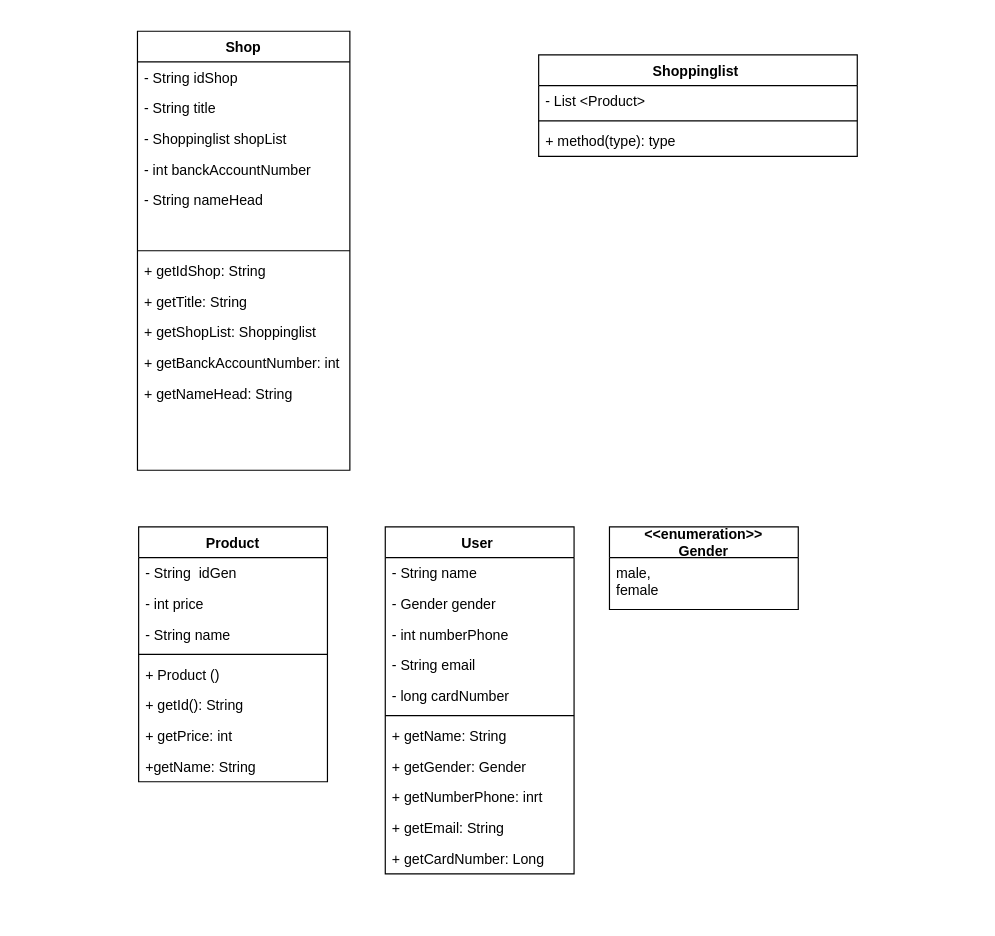
Earlier version of the draw.io diagram Marketplace (6).drawio (KuroTamashiAF/Software-architecture_HomeWork_5). Source tidied: cells renumbered, new cells numbered last; positions are measured from the earlier drawing's top-left corner, leaving out a move shared by most shapes. Both pictures are drawn from the tidied source at 118%, with x=0, y=0 at pixel (137, 31).
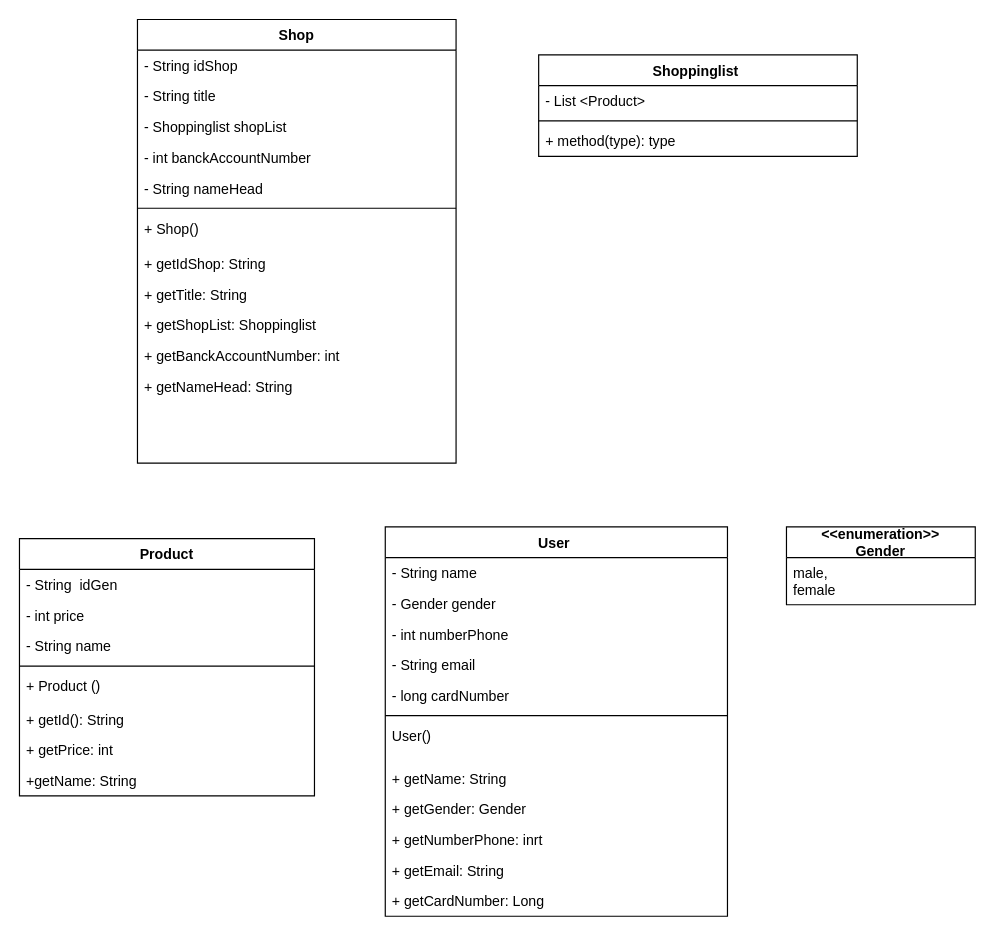
The same diagram, later.

Commit message:
add in all cls construtor

Diff of the diagram source:
```diff
@@
     <mxCell id="2" value="Product" style="swimlane;fontStyle=1;align=center;verticalAlign=top;horizontal=1;startSize=26;" parent="1" vertex="1">
-      <mxGeometry x="1" y="420" width="160" height="216" as="geometry" />
+      <mxGeometry x="-100" y="430" width="250" height="218" as="geometry" />
     </mxCell>
     <mxCell id="3" value="- String  idGen" style="text;strokeColor=none;fillColor=none;align=left;verticalAlign=top;spacingLeft=4;spacingRight=4;overflow=hidden;" parent="2" vertex="1">
-      <mxGeometry y="26" width="160" height="26" as="geometry" />
+      <mxGeometry y="26" width="250" height="26" as="geometry" />
     </mxCell>
     <mxCell id="4" value="- int price " style="text;strokeColor=none;fillColor=none;align=left;verticalAlign=top;spacingLeft=4;spacingRight=4;overflow=hidden;" parent="2" vertex="1">
-      <mxGeometry y="52" width="160" height="26" as="geometry" />
+      <mxGeometry y="52" width="250" height="26" as="geometry" />
     </mxCell>
     <mxCell id="5" value="- String name" style="text;strokeColor=none;fillColor=none;align=left;verticalAlign=top;spacingLeft=4;spacingRight=4;overflow=hidden;" parent="2" vertex="1">
-      <mxGeometry y="78" width="160" height="26" as="geometry" />
+      <mxGeometry y="78" width="250" height="26" as="geometry" />
     </mxCell>
     <mxCell id="6" style="line;strokeWidth=1;fillColor=none;align=left;verticalAlign=middle;spacingTop=-1;spacingLeft=3;spacingRight=3;labelPosition=right;strokeColor=inherit;" parent="2" vertex="1">
-      <mxGeometry y="104" width="160" height="8" as="geometry" />
+      <mxGeometry y="104" width="250" height="8" as="geometry" />
     </mxCell>
     <mxCell id="7" value="+ Product ()&#10; " style="text;strokeColor=none;fillColor=none;align=left;verticalAlign=top;spacingLeft=4;spacingRight=4;overflow=hidden;" parent="2" vertex="1">
-      <mxGeometry y="112" width="160" height="26" as="geometry" />
+      <mxGeometry y="112" width="250" height="28" as="geometry" />
     </mxCell>
     <mxCell id="8" value="+ getId(): String  " style="text;strokeColor=none;fillColor=none;align=left;verticalAlign=top;spacingLeft=4;spacingRight=4;overflow=hidden;" parent="2" vertex="1">
-      <mxGeometry y="138" width="160" height="26" as="geometry" />
+      <mxGeometry y="140" width="250" height="26" as="geometry" />
     </mxCell>
     <mxCell id="9" value="+ getPrice: int  " style="text;strokeColor=none;fillColor=none;align=left;verticalAlign=top;spacingLeft=4;spacingRight=4;overflow=hidden;" parent="2" vertex="1">
-      <mxGeometry y="164" width="160" height="26" as="geometry" />
+      <mxGeometry y="166" width="250" height="26" as="geometry" />
     </mxCell>
     <mxCell id="10" value="+getName: String " style="text;strokeColor=none;fillColor=none;align=left;verticalAlign=top;spacingLeft=4;spacingRight=4;overflow=hidden;" parent="2" vertex="1">
-      <mxGeometry y="190" width="160" height="26" as="geometry" />
+      <mxGeometry y="192" width="250" height="26" as="geometry" />
     </mxCell>
     <mxCell id="11" value="User " style="swimlane;fontStyle=1;align=center;verticalAlign=top;horizontal=1;startSize=26;" parent="1" vertex="1">
-      <mxGeometry x="210" y="420" width="160" height="294" as="geometry" />
+      <mxGeometry x="210" y="420" width="290" height="330" as="geometry" />
     </mxCell>
     <mxCell id="12" value="- String name" style="text;strokeColor=none;fillColor=none;align=left;verticalAlign=top;spacingLeft=4;spacingRight=4;overflow=hidden;" parent="11" vertex="1">
-      <mxGeometry y="26" width="160" height="26" as="geometry" />
+      <mxGeometry y="26" width="290" height="26" as="geometry" />
     </mxCell>
     <mxCell id="13" value="- Gender gender  " style="text;strokeColor=none;fillColor=none;align=left;verticalAlign=top;spacingLeft=4;spacingRight=4;overflow=hidden;" parent="11" vertex="1">
-      <mxGeometry y="52" width="160" height="26" as="geometry" />
+      <mxGeometry y="52" width="290" height="26" as="geometry" />
     </mxCell>
     <mxCell id="14" value="- int numberPhone" style="text;strokeColor=none;fillColor=none;align=left;verticalAlign=top;spacingLeft=4;spacingRight=4;overflow=hidden;" parent="11" vertex="1">
-      <mxGeometry y="78" width="160" height="26" as="geometry" />
+      <mxGeometry y="78" width="290" height="26" as="geometry" />
     </mxCell>
     <mxCell id="15" value="- String email" style="text;strokeColor=none;fillColor=none;align=left;verticalAlign=top;spacingLeft=4;spacingRight=4;overflow=hidden;" parent="11" vertex="1">
-      <mxGeometry y="104" width="160" height="26" as="geometry" />
+      <mxGeometry y="104" width="290" height="26" as="geometry" />
     </mxCell>
     <mxCell id="16" value="- long cardNumber" style="text;strokeColor=none;fillColor=none;align=left;verticalAlign=top;spacingLeft=4;spacingRight=4;overflow=hidden;" parent="11" vertex="1">
-      <mxGeometry y="130" width="160" height="26" as="geometry" />
+      <mxGeometry y="130" width="290" height="26" as="geometry" />
     </mxCell>
     <mxCell id="17" style="line;strokeWidth=1;fillColor=none;align=left;verticalAlign=middle;spacingTop=-1;spacingLeft=3;spacingRight=3;labelPosition=right;strokeColor=inherit;" parent="11" vertex="1">
-      <mxGeometry y="156" width="160" height="8" as="geometry" />
+      <mxGeometry y="156" width="290" height="8" as="geometry" />
     </mxCell>
+    <mxCell id="44" value="User()&#10; &#10; " style="text;strokeColor=none;fillColor=none;align=left;verticalAlign=top;spacingLeft=4;spacingRight=4;overflow=hidden;" parent="11" vertex="1">
+      <mxGeometry y="164" width="290" height="36" as="geometry" />
+    </mxCell>
     <mxCell id="18" value="+ getName: String " style="text;strokeColor=none;fillColor=none;align=left;verticalAlign=top;spacingLeft=4;spacingRight=4;overflow=hidden;" parent="11" vertex="1">
-      <mxGeometry y="164" width="160" height="26" as="geometry" />
+      <mxGeometry y="200" width="290" height="26" as="geometry" />
     </mxCell>
     <mxCell id="19" value="+ getGender: Gender" style="text;strokeColor=none;fillColor=none;align=left;verticalAlign=top;spacingLeft=4;spacingRight=4;overflow=hidden;" parent="11" vertex="1">
-      <mxGeometry y="190" width="160" height="26" as="geometry" />
+      <mxGeometry y="226" width="290" height="26" as="geometry" />
     </mxCell>
     <mxCell id="20" value="+ getNumberPhone: inrt" style="text;strokeColor=none;fillColor=none;align=left;verticalAlign=top;spacingLeft=4;spacingRight=4;overflow=hidden;" parent="11" vertex="1">
-      <mxGeometry y="216" width="160" height="26" as="geometry" />
+      <mxGeometry y="252" width="290" height="26" as="geometry" />
     </mxCell>
     <mxCell id="21" value="+ getEmail: String" style="text;strokeColor=none;fillColor=none;align=left;verticalAlign=top;spacingLeft=4;spacingRight=4;overflow=hidden;" parent="11" vertex="1">
-      <mxGeometry y="242" width="160" height="26" as="geometry" />
+      <mxGeometry y="278" width="290" height="26" as="geometry" />
     </mxCell>
     <mxCell id="22" value="+ getCardNumber: Long" style="text;strokeColor=none;fillColor=none;align=left;verticalAlign=top;spacingLeft=4;spacingRight=4;overflow=hidden;" parent="11" vertex="1">
-      <mxGeometry y="268" width="160" height="26" as="geometry" />
+      <mxGeometry y="304" width="290" height="26" as="geometry" />
     </mxCell>
     <mxCell id="23" value="&lt;&lt;enumeration&gt;&gt;&#10;Gender" style="swimlane;fontStyle=1;align=center;verticalAlign=middle;horizontal=1;startSize=26;" parent="1" vertex="1">
-      <mxGeometry x="400" y="420" width="160" height="70" as="geometry" />
+      <mxGeometry x="550" y="420" width="160" height="66" as="geometry" />
     </mxCell>
     <mxCell id="24" value="male,&#10;female" style="text;strokeColor=none;fillColor=none;align=left;verticalAlign=top;spacingLeft=4;spacingRight=4;overflow=hidden;" parent="23" vertex="1">
-      <mxGeometry y="26" width="160" height="44" as="geometry" />
+      <mxGeometry y="26" width="160" height="40" as="geometry" />
     </mxCell>
     <mxCell id="25" value="Shop" style="swimlane;fontStyle=1;align=center;verticalAlign=top;horizontal=1;startSize=26;" parent="1" vertex="1">
-      <mxGeometry width="180" height="372" as="geometry" />
+      <mxGeometry y="-10" width="270" height="376" as="geometry" />
     </mxCell>
     <mxCell id="26" value="- String idShop " style="text;strokeColor=none;fillColor=none;align=left;verticalAlign=top;spacingLeft=4;spacingRight=4;overflow=hidden;" parent="25" vertex="1">
-      <mxGeometry y="26" width="180" height="26" as="geometry" />
+      <mxGeometry y="26" width="270" height="26" as="geometry" />
     </mxCell>
     <mxCell id="27" value="- String title" style="text;strokeColor=none;fillColor=none;align=left;verticalAlign=top;spacingLeft=4;spacingRight=4;overflow=hidden;" parent="25" vertex="1">
-      <mxGeometry y="52" width="180" height="26" as="geometry" />
+      <mxGeometry y="52" width="270" height="26" as="geometry" />
     </mxCell>
     <mxCell id="28" value="- Shoppinglist shopList " style="text;strokeColor=none;fillColor=none;align=left;verticalAlign=top;spacingLeft=4;spacingRight=4;overflow=hidden;" parent="25" vertex="1">
-      <mxGeometry y="78" width="180" height="26" as="geometry" />
+      <mxGeometry y="78" width="270" height="26" as="geometry" />
     </mxCell>
     <mxCell id="29" value="- int banckAccountNumber" style="text;strokeColor=none;fillColor=none;align=left;verticalAlign=top;spacingLeft=4;spacingRight=4;overflow=hidden;" parent="25" vertex="1">
-      <mxGeometry y="104" width="180" height="26" as="geometry" />
+      <mxGeometry y="104" width="270" height="26" as="geometry" />
     </mxCell>
     <mxCell id="30" value="- String nameHead" style="text;strokeColor=none;fillColor=none;align=left;verticalAlign=top;spacingLeft=4;spacingRight=4;overflow=hidden;" parent="25" vertex="1">
-      <mxGeometry y="130" width="180" height="26" as="geometry" />
+      <mxGeometry y="130" width="270" height="26" as="geometry" />
     </mxCell>
-    <mxCell id="31" style="text;strokeColor=none;fillColor=none;align=left;verticalAlign=top;spacingLeft=4;spacingRight=4;overflow=hidden;" parent="25" vertex="1">
-      <mxGeometry y="156" width="180" height="26" as="geometry" />
-    </mxCell>
     <mxCell id="32" style="line;strokeWidth=1;fillColor=none;align=left;verticalAlign=middle;spacingTop=-1;spacingLeft=3;spacingRight=3;labelPosition=right;strokeColor=inherit;" parent="25" vertex="1">
-      <mxGeometry y="182" width="180" height="8" as="geometry" />
+      <mxGeometry y="156" width="270" height="8" as="geometry" />
     </mxCell>
+    <mxCell id="45" value="+ Shop()&#10;" style="text;strokeColor=none;fillColor=none;align=left;verticalAlign=top;spacingLeft=4;spacingRight=4;overflow=hidden;" parent="25" vertex="1">
+      <mxGeometry y="164" width="270" height="30" as="geometry" />
+    </mxCell>
     <mxCell id="33" value="+ getIdShop: String" style="text;strokeColor=none;fillColor=none;align=left;verticalAlign=top;spacingLeft=4;spacingRight=4;overflow=hidden;" parent="25" vertex="1">
-      <mxGeometry y="190" width="180" height="26" as="geometry" />
+      <mxGeometry y="194" width="270" height="26" as="geometry" />
     </mxCell>
     <mxCell id="34" value="+ getTitle: String " style="text;strokeColor=none;fillColor=none;align=left;verticalAlign=top;spacingLeft=4;spacingRight=4;overflow=hidden;" parent="25" vertex="1">
-      <mxGeometry y="216" width="180" height="26" as="geometry" />
+      <mxGeometry y="220" width="270" height="26" as="geometry" />
     </mxCell>
     <mxCell id="35" value="+ getShopList: Shoppinglist &#10; " style="text;strokeColor=none;fillColor=none;align=left;verticalAlign=top;spacingLeft=4;spacingRight=4;overflow=hidden;" parent="25" vertex="1">
-      <mxGeometry y="242" width="180" height="26" as="geometry" />
+      <mxGeometry y="246" width="270" height="26" as="geometry" />
     </mxCell>
     <mxCell id="36" value="+ getBanckAccountNumber: int " style="text;strokeColor=none;fillColor=none;align=left;verticalAlign=top;spacingLeft=4;spacingRight=4;overflow=hidden;" parent="25" vertex="1">
-      <mxGeometry y="268" width="180" height="26" as="geometry" />
+      <mxGeometry y="272" width="270" height="26" as="geometry" />
     </mxCell>
     <mxCell id="37" value="+ getNameHead: String" style="text;strokeColor=none;fillColor=none;align=left;verticalAlign=top;spacingLeft=4;spacingRight=4;overflow=hidden;" parent="25" vertex="1">
-      <mxGeometry y="294" width="180" height="26" as="geometry" />
+      <mxGeometry y="298" width="270" height="26" as="geometry" />
     </mxCell>
     <mxCell id="38" style="text;strokeColor=none;fillColor=none;align=left;verticalAlign=top;spacingLeft=4;spacingRight=4;overflow=hidden;" parent="25" vertex="1">
-      <mxGeometry y="320" width="180" height="26" as="geometry" />
+      <mxGeometry y="324" width="270" height="26" as="geometry" />
     </mxCell>
     <mxCell id="39" style="text;strokeColor=none;fillColor=none;align=left;verticalAlign=top;spacingLeft=4;spacingRight=4;overflow=hidden;" parent="25" vertex="1">
-      <mxGeometry y="346" width="180" height="26" as="geometry" />
+      <mxGeometry y="350" width="270" height="26" as="geometry" />
     </mxCell>
```
